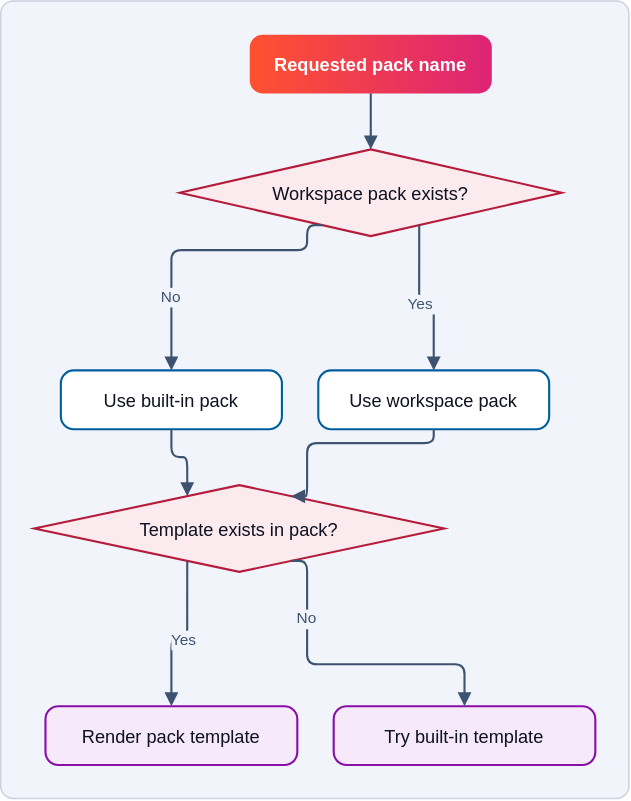
This is docs/images/diagrams/architecture-generator-backbone-2.drawio.svg from bleviet/ipcraft-vscode, a draw.io export, as it was before one commit. Source tidied: cells renumbered, new cells last; positions are measured from the earlier drawing's top-left corner, leaving out a move shared by most shapes.
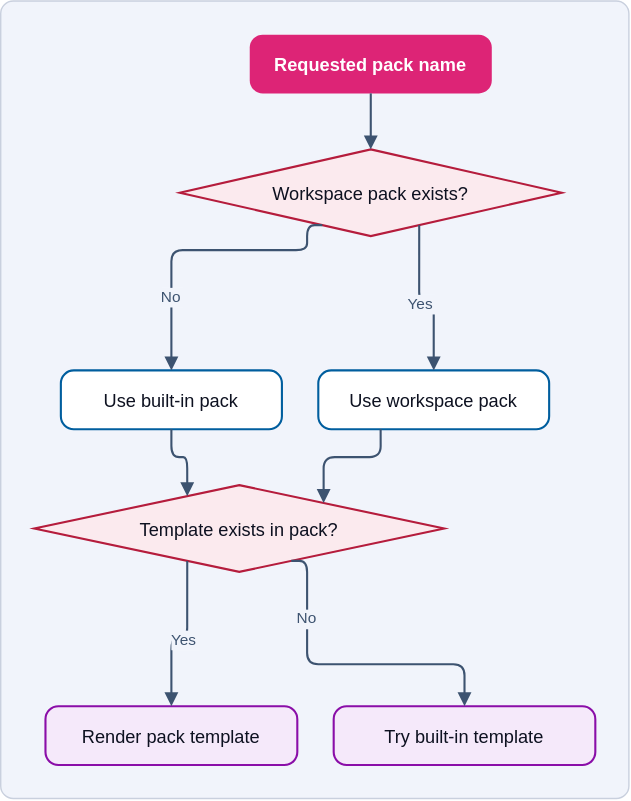
Later version of the same file.

Change to the diagram source:
```diff
@@ -6,7 +6,7 @@
       <mxGeometry width="449" height="570" as="geometry" />
     </mxCell>
     <mxCell id="3" value="Diagram" parent="0" />
-    <mxCell id="4" value="Requested pack name" style="fontFamily=Manrope, Helvetica, Arial, sans-serif;fontSize=13;fontColor=#0d1120;strokeWidth=1.5;rounded=1;arcSize=22;fillColor=#ff512f;gradientColor=#dd2476;gradientDirection=east;strokeColor=none;fontColor=#ffffff;fontStyle=1;" parent="3" vertex="1">
+    <mxCell id="4" value="Requested pack name" style="fontFamily=Manrope, Helvetica, Arial, sans-serif;fontSize=13;fontColor=#0d1120;strokeWidth=1.5;rounded=1;arcSize=22;fillColor=#dd2476;strokeColor=none;fontColor=#ffffff;fontStyle=1;" parent="3" vertex="1">
       <mxGeometry x="178" y="24" width="173" height="42" as="geometry" />
     </mxCell>
     <mxCell id="5" value="Workspace pack exists?" style="fontFamily=Manrope, Helvetica, Arial, sans-serif;fontSize=13;fontColor=#0d1120;strokeWidth=1.5;rhombus;fillColor=#fbeaee;strokeColor=#b51c3c;" parent="3" vertex="1">
@@ -27,13 +27,13 @@
     <mxCell id="10" value="Try built-in template" style="fontFamily=Manrope, Helvetica, Arial, sans-serif;fontSize=13;fontColor=#0d1120;strokeWidth=1.5;rounded=1;arcSize=22;fillColor=#f5e9fa;strokeColor=#8a0ea8;" parent="3" vertex="1">
       <mxGeometry x="238" y="504" width="187" height="42" as="geometry" />
     </mxCell>
-    <mxCell id="11" style="edgeStyle=orthogonalEdgeStyle;rounded=1;arcSize=14;strokeColor=#3d5370;strokeWidth=1.5;endArrow=block;endFill=1;endSize=6;fontFamily=Manrope, Helvetica, Arial, sans-serif;fontSize=11;fontColor=#3d5370;labelBackgroundColor=#f1f4fb;exitX=0.5;exitY=1;exitDx=0;exitDy=0;entryX=0.5;entryY=0;entryDx=0;entryDy=0;" parent="3" edge="1" source="4" target="5">
+    <mxCell id="11" style="edgeStyle=orthogonalEdgeStyle;rounded=1;arcSize=16;html=0;strokeColor=#3d5370;strokeWidth=1.5;endArrow=block;endFill=1;endSize=6;fontFamily=Manrope, Helvetica, Arial, sans-serif;fontSize=11;fontColor=#3d5370;labelBackgroundColor=#f1f4fb;exitX=0.5;exitY=1;exitDx=0;exitDy=0;entryX=0.5;entryY=0;entryDx=0;entryDy=0;" parent="3" edge="1" source="4" target="5">
       <mxGeometry relative="1" as="geometry" />
     </mxCell>
-    <mxCell id="12" value="Yes" style="edgeStyle=orthogonalEdgeStyle;rounded=1;arcSize=14;strokeColor=#3d5370;strokeWidth=1.5;endArrow=block;endFill=1;endSize=6;fontFamily=Manrope, Helvetica, Arial, sans-serif;fontSize=11;fontColor=#3d5370;labelBackgroundColor=#f1f4fb;exitX=0.67;exitY=1;exitDx=0;exitDy=0;entryX=0.5;entryY=0;entryDx=0;entryDy=0;" parent="3" edge="1" source="5" target="6">
+    <mxCell id="12" value="Yes" style="edgeStyle=orthogonalEdgeStyle;rounded=1;arcSize=16;html=0;strokeColor=#3d5370;strokeWidth=1.5;endArrow=block;endFill=1;endSize=6;fontFamily=Manrope, Helvetica, Arial, sans-serif;fontSize=11;fontColor=#3d5370;labelBackgroundColor=#f1f4fb;exitX=0.67;exitY=1;exitDx=0;exitDy=0;entryX=0.5;entryY=0;entryDx=0;entryDy=0;" parent="3" edge="1" source="5" target="6">
       <mxGeometry relative="1" as="geometry" />
     </mxCell>
-    <mxCell id="13" value="No" style="edgeStyle=orthogonalEdgeStyle;rounded=1;arcSize=14;strokeColor=#3d5370;strokeWidth=1.5;endArrow=block;endFill=1;endSize=6;fontFamily=Manrope, Helvetica, Arial, sans-serif;fontSize=11;fontColor=#3d5370;labelBackgroundColor=#f1f4fb;exitX=0.33;exitY=1;exitDx=0;exitDy=0;entryX=0.5;entryY=0;entryDx=0;entryDy=0;" parent="3" edge="1" source="5" target="7">
+    <mxCell id="13" value="No" style="edgeStyle=orthogonalEdgeStyle;rounded=1;arcSize=16;html=0;strokeColor=#3d5370;strokeWidth=1.5;endArrow=block;endFill=1;endSize=6;fontFamily=Manrope, Helvetica, Arial, sans-serif;fontSize=11;fontColor=#3d5370;labelBackgroundColor=#f1f4fb;exitX=0.33;exitY=1;exitDx=0;exitDy=0;entryX=0.5;entryY=0;entryDx=0;entryDy=0;" parent="3" edge="1" source="5" target="7">
       <mxGeometry x="0.5" relative="1" as="geometry">
         <Array as="points">
           <mxPoint x="219" y="178" />
@@ -41,21 +41,16 @@
         </Array>
       </mxGeometry>
     </mxCell>
-    <mxCell id="14" style="edgeStyle=orthogonalEdgeStyle;rounded=1;arcSize=14;strokeColor=#3d5370;strokeWidth=1.5;endArrow=block;endFill=1;endSize=6;fontFamily=Manrope, Helvetica, Arial, sans-serif;fontSize=11;fontColor=#3d5370;labelBackgroundColor=#f1f4fb;exitX=0.5;exitY=1;exitDx=0;exitDy=0;entryX=0.67;entryY=0;entryDx=0;entryDy=0;" parent="3" edge="1" source="6" target="8">
-      <mxGeometry relative="1" as="geometry">
-        <Array as="points">
-          <mxPoint x="310" y="316" />
-          <mxPoint x="219" y="316" />
-        </Array>
-      </mxGeometry>
+    <mxCell id="14" style="edgeStyle=orthogonalEdgeStyle;rounded=1;arcSize=16;html=0;strokeColor=#3d5370;strokeWidth=1.5;endArrow=block;endFill=1;endSize=6;fontFamily=Manrope, Helvetica, Arial, sans-serif;fontSize=11;fontColor=#3d5370;labelBackgroundColor=#f1f4fb;exitX=0.27;exitY=1;exitDx=0;exitDy=0;entryX=0.85;entryY=0;entryDx=0;entryDy=0;" parent="3" edge="1" source="6" target="8">
+      <mxGeometry relative="1" as="geometry" />
     </mxCell>
-    <mxCell id="15" style="edgeStyle=orthogonalEdgeStyle;rounded=1;arcSize=14;strokeColor=#3d5370;strokeWidth=1.5;endArrow=block;endFill=1;endSize=6;fontFamily=Manrope, Helvetica, Arial, sans-serif;fontSize=11;fontColor=#3d5370;labelBackgroundColor=#f1f4fb;exitX=0.5;exitY=1;exitDx=0;exitDy=0;entryX=0.33;entryY=0;entryDx=0;entryDy=0;" parent="3" edge="1" source="7" target="8">
+    <mxCell id="15" style="edgeStyle=orthogonalEdgeStyle;rounded=1;arcSize=16;html=0;strokeColor=#3d5370;strokeWidth=1.5;endArrow=block;endFill=1;endSize=6;fontFamily=Manrope, Helvetica, Arial, sans-serif;fontSize=11;fontColor=#3d5370;labelBackgroundColor=#f1f4fb;exitX=0.5;exitY=1;exitDx=0;exitDy=0;entryX=0.33;entryY=0;entryDx=0;entryDy=0;" parent="3" edge="1" source="7" target="8">
       <mxGeometry relative="1" as="geometry" />
     </mxCell>
-    <mxCell id="16" value="Yes" style="edgeStyle=orthogonalEdgeStyle;rounded=1;arcSize=14;strokeColor=#3d5370;strokeWidth=1.5;endArrow=block;endFill=1;endSize=6;fontFamily=Manrope, Helvetica, Arial, sans-serif;fontSize=11;fontColor=#3d5370;labelBackgroundColor=#f1f4fb;exitX=0.33;exitY=1;exitDx=0;exitDy=0;entryX=0.5;entryY=0;entryDx=0;entryDy=0;" parent="3" edge="1" source="8" target="9">
+    <mxCell id="16" value="Yes" style="edgeStyle=orthogonalEdgeStyle;rounded=1;arcSize=16;html=0;strokeColor=#3d5370;strokeWidth=1.5;endArrow=block;endFill=1;endSize=6;fontFamily=Manrope, Helvetica, Arial, sans-serif;fontSize=11;fontColor=#3d5370;labelBackgroundColor=#f1f4fb;exitX=0.33;exitY=1;exitDx=0;exitDy=0;entryX=0.5;entryY=0;entryDx=0;entryDy=0;" parent="3" edge="1" source="8" target="9">
       <mxGeometry relative="1" as="geometry" />
     </mxCell>
-    <mxCell id="17" value="No" style="edgeStyle=orthogonalEdgeStyle;rounded=1;arcSize=14;strokeColor=#3d5370;strokeWidth=1.5;endArrow=block;endFill=1;endSize=6;fontFamily=Manrope, Helvetica, Arial, sans-serif;fontSize=11;fontColor=#3d5370;labelBackgroundColor=#f1f4fb;exitX=0.67;exitY=1;exitDx=0;exitDy=0;entryX=0.5;entryY=0;entryDx=0;entryDy=0;" parent="3" edge="1" source="8" target="10">
+    <mxCell id="17" value="No" style="edgeStyle=orthogonalEdgeStyle;rounded=1;arcSize=16;html=0;strokeColor=#3d5370;strokeWidth=1.5;endArrow=block;endFill=1;endSize=6;fontFamily=Manrope, Helvetica, Arial, sans-serif;fontSize=11;fontColor=#3d5370;labelBackgroundColor=#f1f4fb;exitX=0.67;exitY=1;exitDx=0;exitDy=0;entryX=0.5;entryY=0;entryDx=0;entryDy=0;" parent="3" edge="1" source="8" target="10">
       <mxGeometry x="-0.54" relative="1" as="geometry">
         <Array as="points">
           <mxPoint x="219" y="474" />
```
